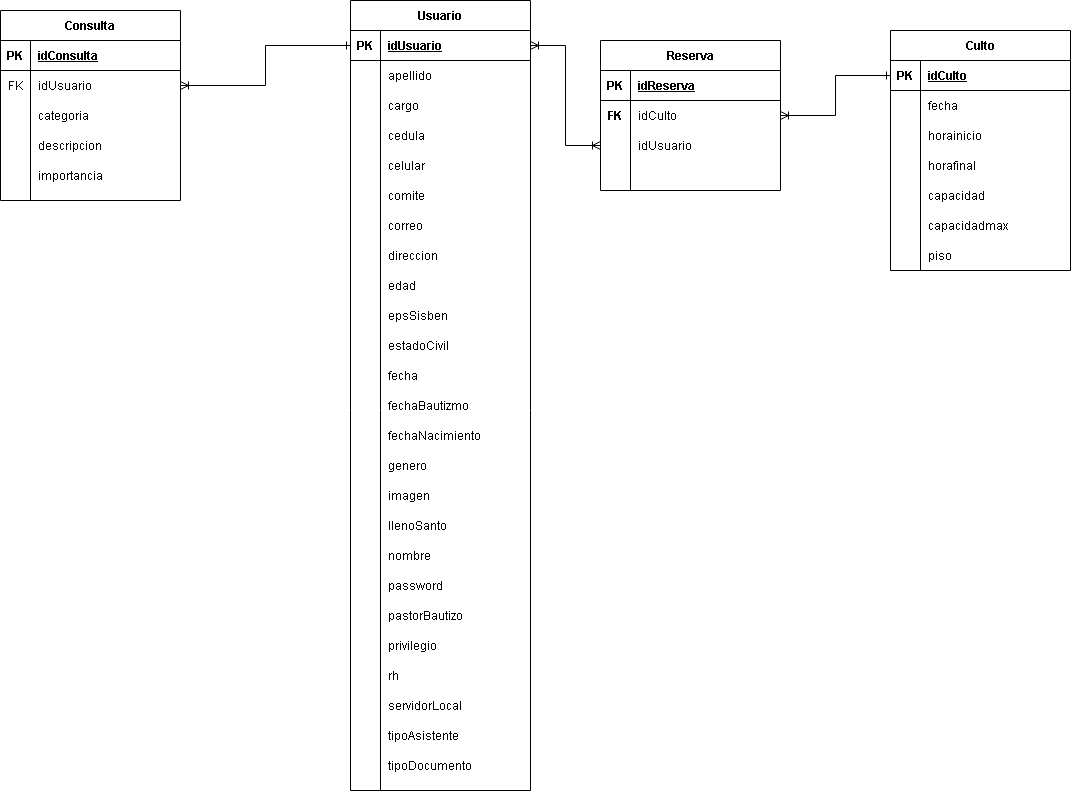
Earlier version of the draw.io export SQL tables diagram.png (juandiego1007/ProyectoIglesia). Source tidied: cells renumbered, new cells last; positions are measured from the earlier drawing's top-left corner, leaving out a move shared by most shapes.
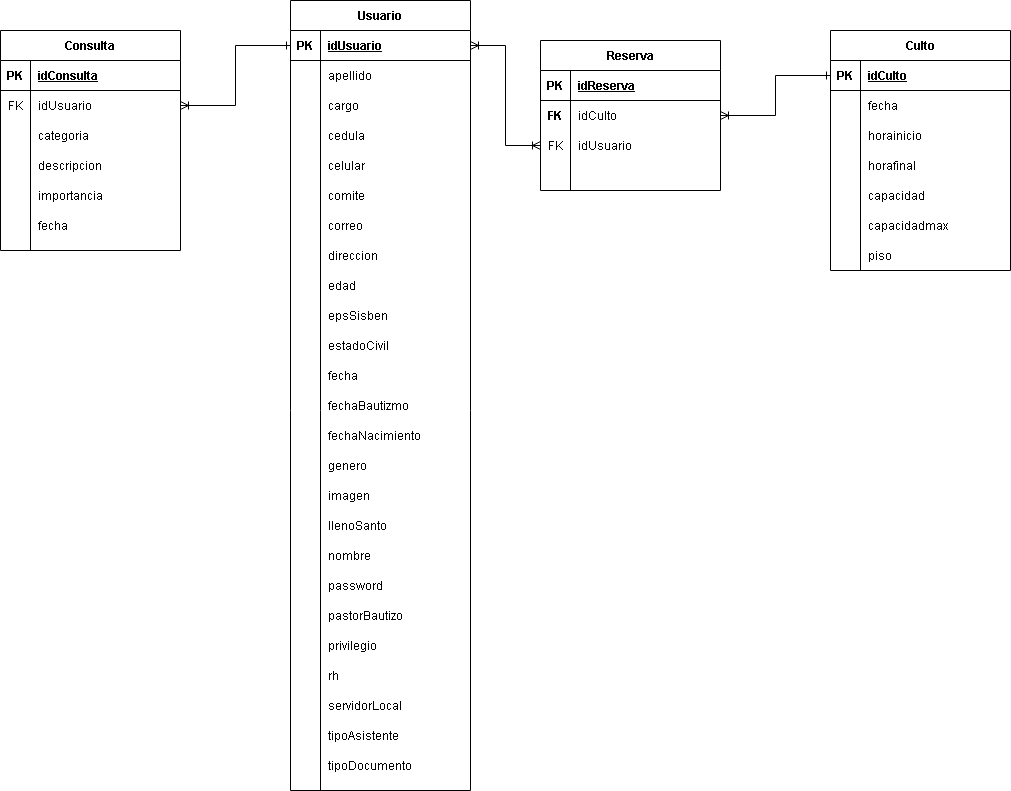
Later version of the same file.

The edit, as a diff of the source:
```diff
@@ -194,7 +194,7 @@
     <mxCell id="65" style="shape=partialRectangle;fillColor=none;top=0;left=0;bottom=0;right=0;points=[[0,0.5],[1,0.5]];portConstraint=eastwest;" parent="58" vertex="1">
       <mxGeometry y="90" width="180" height="30" as="geometry" />
     </mxCell>
-    <mxCell id="66" style="shape=partialRectangle;fillColor=none;top=0;left=0;bottom=0;right=0;overflow=hidden;" parent="65" vertex="1">
+    <mxCell id="66" value="FK" style="shape=partialRectangle;fillColor=none;top=0;left=0;bottom=0;right=0;overflow=hidden;" parent="65" vertex="1">
       <mxGeometry width="30" height="30" as="geometry" />
     </mxCell>
     <mxCell id="67" value="idUsuario" style="shape=partialRectangle;fillColor=none;top=0;left=0;bottom=0;right=0;align=left;spacingLeft=6;overflow=hidden;" parent="65" vertex="1">
@@ -216,7 +216,7 @@
       <mxGeometry relative="1" as="geometry" />
     </mxCell>
     <mxCell id="73" value="Consulta" style="shape=table;startSize=30;rowLines=0;fontStyle=1;align=center;" parent="1" vertex="1">
-      <mxGeometry y="10" width="180" height="190" as="geometry" />
+      <mxGeometry x="60" y="30" width="180" height="220" as="geometry" />
     </mxCell>
     <mxCell id="74" style="shape=partialRectangle;fillColor=none;top=0;left=0;bottom=1;right=0;" parent="73" vertex="1">
       <mxGeometry y="30" width="180" height="30" as="geometry" />
@@ -263,6 +263,15 @@
     <mxCell id="88" value="importancia" style="shape=partialRectangle;fillColor=none;top=0;left=0;bottom=0;right=0;align=left;spacingLeft=6;overflow=hidden;" parent="86" vertex="1">
       <mxGeometry x="30" width="150" height="30" as="geometry" />
     </mxCell>
+    <mxCell id="90" style="shape=partialRectangle;fillColor=none;top=0;left=0;bottom=0;right=0;" parent="73" vertex="1">
+      <mxGeometry y="180" width="180" height="30" as="geometry" />
+    </mxCell>
+    <mxCell id="91" style="shape=partialRectangle;fillColor=none;top=0;left=0;bottom=0;right=0;overflow=hidden;" parent="90" vertex="1">
+      <mxGeometry width="30" height="30" as="geometry" />
+    </mxCell>
+    <mxCell id="92" value="fecha" style="shape=partialRectangle;fillColor=none;top=0;left=0;bottom=0;right=0;align=left;spacingLeft=6;overflow=hidden;" parent="90" vertex="1">
+      <mxGeometry x="30" width="150" height="30" as="geometry" />
+    </mxCell>
     <mxCell id="89" style="edgeStyle=orthogonalEdgeStyle;rounded=0;jettySize=auto;html=1;startArrow=ERone;startFill=0;endArrow=ERoneToMany;endFill=0;" parent="1" edge="1" source="3" target="77">
       <mxGeometry relative="1" as="geometry" />
     </mxCell>
```
